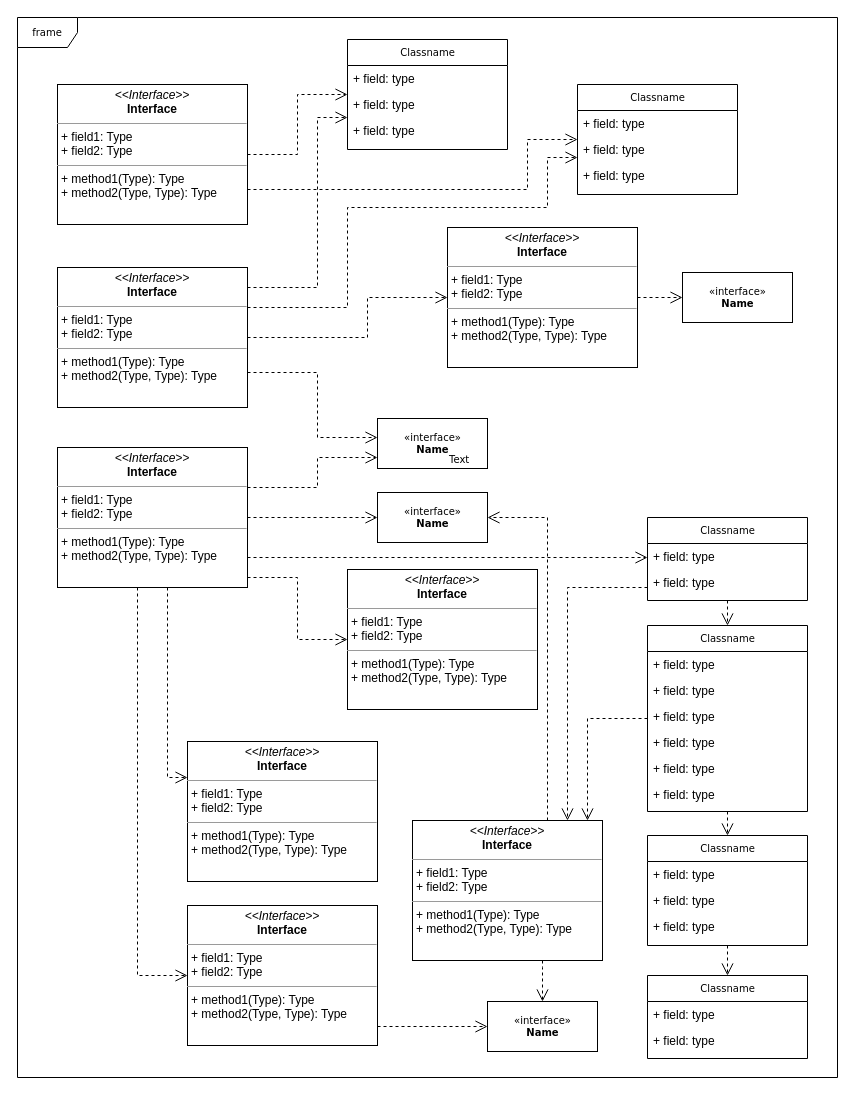
Earlier version of the draw.io diagram node_class.drawio (xiechuxi/Memorophila_computing). Source tidied: cells renumbered, new cells numbered last; positions are measured from the earlier drawing's top-left corner, leaving out a move shared by most shapes. Both pictures are drawn from the tidied source at 100%, with x=0, y=0 at pixel (17, 17).
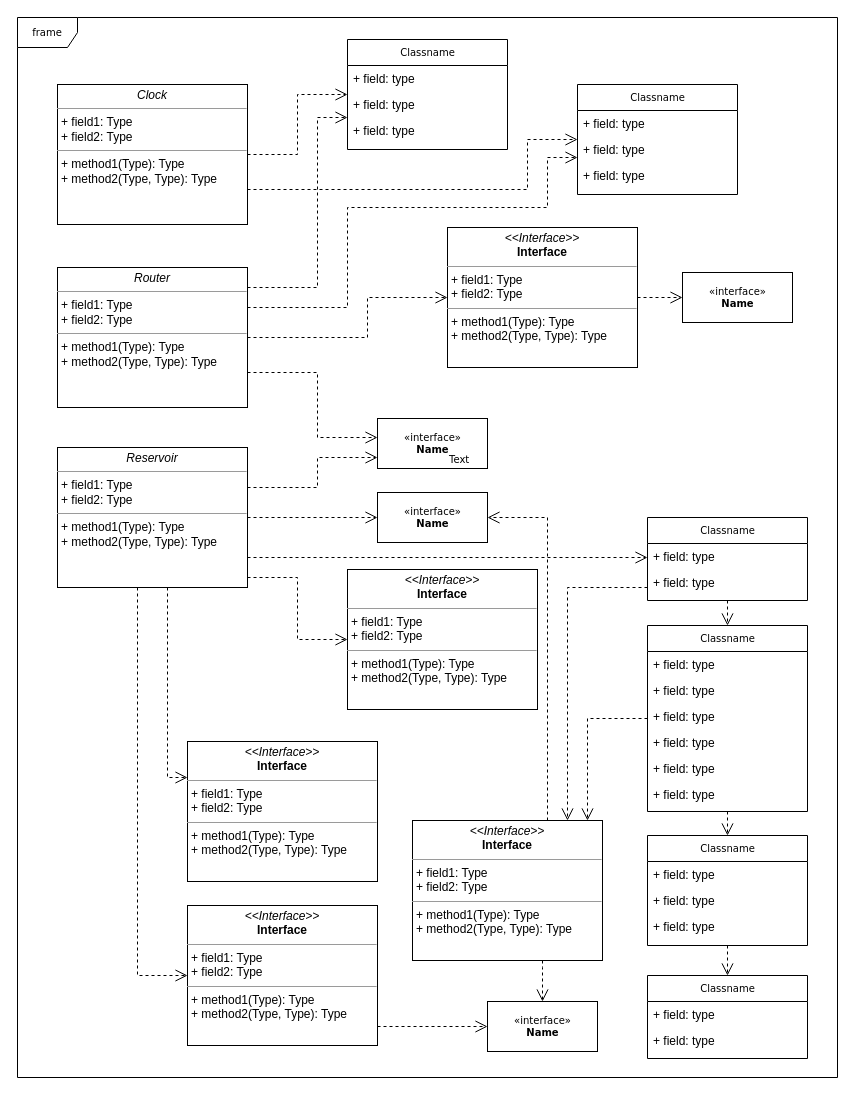
After the change.

The edit, as a diff of the source:
```diff
@@
-    <mxCell id="48" value="&lt;p style=&quot;margin:0px;margin-top:4px;text-align:center;&quot;&gt;&lt;i&gt;&amp;lt;&amp;lt;Interface&amp;gt;&amp;gt;&lt;/i&gt;&lt;br/&gt;&lt;b&gt;Interface&lt;/b&gt;&lt;/p&gt;&lt;hr size=&quot;1&quot;/&gt;&lt;p style=&quot;margin:0px;margin-left:4px;&quot;&gt;+ field1: Type&lt;br/&gt;+ field2: Type&lt;/p&gt;&lt;hr size=&quot;1&quot;/&gt;&lt;p style=&quot;margin:0px;margin-left:4px;&quot;&gt;+ method1(Type): Type&lt;br/&gt;+ method2(Type, Type): Type&lt;/p&gt;" style="verticalAlign=top;align=left;overflow=fill;fontSize=12;fontFamily=Helvetica;html=1;rounded=0;shadow=0;comic=0;labelBackgroundColor=none;strokeWidth=1;" parent="1" vertex="1">
+    <mxCell id="48" value="&lt;p style=&quot;margin:0px;margin-top:4px;text-align:center;&quot;&gt;&lt;i&gt;Clock&lt;/i&gt;&lt;br&gt;&lt;/p&gt;&lt;hr size=&quot;1&quot;&gt;&lt;p style=&quot;margin:0px;margin-left:4px;&quot;&gt;+ field1: Type&lt;br&gt;+ field2: Type&lt;/p&gt;&lt;hr size=&quot;1&quot;&gt;&lt;p style=&quot;margin:0px;margin-left:4px;&quot;&gt;+ method1(Type): Type&lt;br&gt;+ method2(Type, Type): Type&lt;/p&gt;" style="verticalAlign=top;align=left;overflow=fill;fontSize=12;fontFamily=Helvetica;html=1;rounded=0;shadow=0;comic=0;labelBackgroundColor=none;strokeWidth=1;" parent="1" vertex="1">
       <mxGeometry x="40" y="67" width="190" height="140" as="geometry" />
     </mxCell>
@@
-    <mxCell id="53" value="&lt;p style=&quot;margin:0px;margin-top:4px;text-align:center;&quot;&gt;&lt;i&gt;&amp;lt;&amp;lt;Interface&amp;gt;&amp;gt;&lt;/i&gt;&lt;br/&gt;&lt;b&gt;Interface&lt;/b&gt;&lt;/p&gt;&lt;hr size=&quot;1&quot;/&gt;&lt;p style=&quot;margin:0px;margin-left:4px;&quot;&gt;+ field1: Type&lt;br/&gt;+ field2: Type&lt;/p&gt;&lt;hr size=&quot;1&quot;/&gt;&lt;p style=&quot;margin:0px;margin-left:4px;&quot;&gt;+ method1(Type): Type&lt;br/&gt;+ method2(Type, Type): Type&lt;/p&gt;" style="verticalAlign=top;align=left;overflow=fill;fontSize=12;fontFamily=Helvetica;html=1;rounded=0;shadow=0;comic=0;labelBackgroundColor=none;strokeWidth=1;" parent="1" vertex="1">
+    <mxCell id="53" value="&lt;p style=&quot;margin:0px;margin-top:4px;text-align:center;&quot;&gt;&lt;i&gt;Router&lt;/i&gt;&lt;/p&gt;&lt;hr size=&quot;1&quot;&gt;&lt;p style=&quot;margin:0px;margin-left:4px;&quot;&gt;+ field1: Type&lt;br&gt;+ field2: Type&lt;/p&gt;&lt;hr size=&quot;1&quot;&gt;&lt;p style=&quot;margin:0px;margin-left:4px;&quot;&gt;+ method1(Type): Type&lt;br&gt;+ method2(Type, Type): Type&lt;/p&gt;" style="verticalAlign=top;align=left;overflow=fill;fontSize=12;fontFamily=Helvetica;html=1;rounded=0;shadow=0;comic=0;labelBackgroundColor=none;strokeWidth=1;" parent="1" vertex="1">
       <mxGeometry x="40" y="250" width="190" height="140" as="geometry" />
     </mxCell>
@@
-    <mxCell id="60" value="&lt;p style=&quot;margin:0px;margin-top:4px;text-align:center;&quot;&gt;&lt;i&gt;&amp;lt;&amp;lt;Interface&amp;gt;&amp;gt;&lt;/i&gt;&lt;br/&gt;&lt;b&gt;Interface&lt;/b&gt;&lt;/p&gt;&lt;hr size=&quot;1&quot;/&gt;&lt;p style=&quot;margin:0px;margin-left:4px;&quot;&gt;+ field1: Type&lt;br/&gt;+ field2: Type&lt;/p&gt;&lt;hr size=&quot;1&quot;/&gt;&lt;p style=&quot;margin:0px;margin-left:4px;&quot;&gt;+ method1(Type): Type&lt;br/&gt;+ method2(Type, Type): Type&lt;/p&gt;" style="verticalAlign=top;align=left;overflow=fill;fontSize=12;fontFamily=Helvetica;html=1;rounded=0;shadow=0;comic=0;labelBackgroundColor=none;strokeWidth=1;" parent="1" vertex="1">
+    <mxCell id="60" value="&lt;p style=&quot;margin:0px;margin-top:4px;text-align:center;&quot;&gt;&lt;i&gt;Reservoir&lt;/i&gt;&lt;br&gt;&lt;/p&gt;&lt;hr size=&quot;1&quot;&gt;&lt;p style=&quot;margin:0px;margin-left:4px;&quot;&gt;+ field1: Type&lt;br&gt;+ field2: Type&lt;/p&gt;&lt;hr size=&quot;1&quot;&gt;&lt;p style=&quot;margin:0px;margin-left:4px;&quot;&gt;+ method1(Type): Type&lt;br&gt;+ method2(Type, Type): Type&lt;/p&gt;" style="verticalAlign=top;align=left;overflow=fill;fontSize=12;fontFamily=Helvetica;html=1;rounded=0;shadow=0;comic=0;labelBackgroundColor=none;strokeWidth=1;" parent="1" vertex="1">
       <mxGeometry x="40" y="430" width="190" height="140" as="geometry" />
     </mxCell>
```
